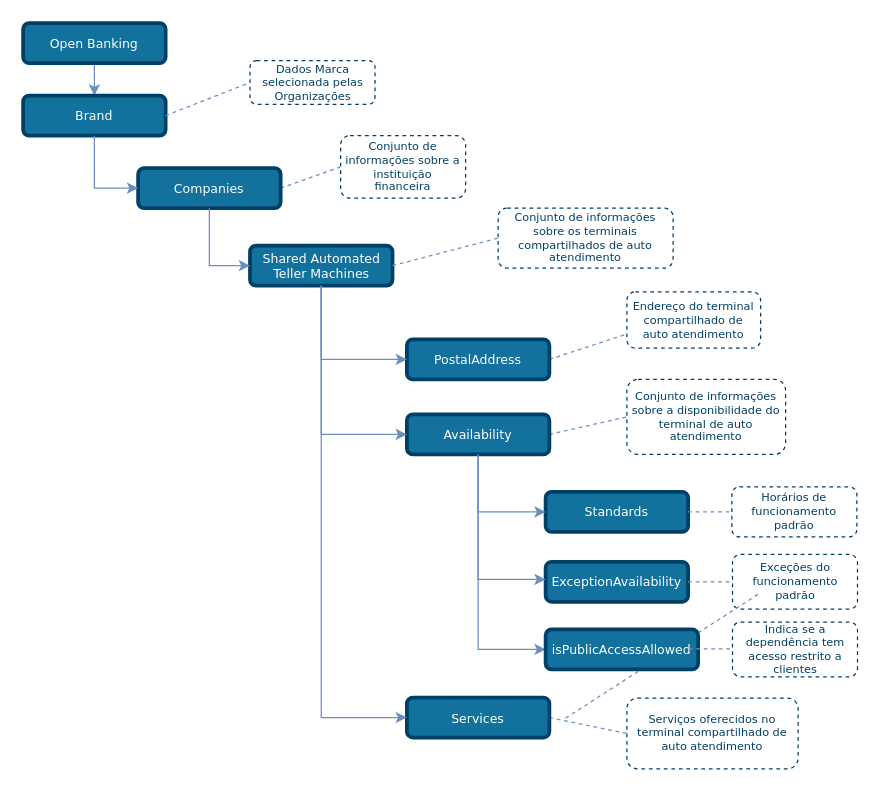
This is draw_io_diagrams/TLD_Shared_Automated_Teller_Machines_v1.drawio from OpenBanking-Brasil/areadesenvolvedor, a draw.io file, before an edit. Source tidied: cells renumbered, new cells numbered last; positions are measured from the earlier drawing's top-left corner, leaving out a move shared by most shapes. Both pictures are drawn from the tidied source at 125%, with x=0, y=0 at pixel (22, 22).
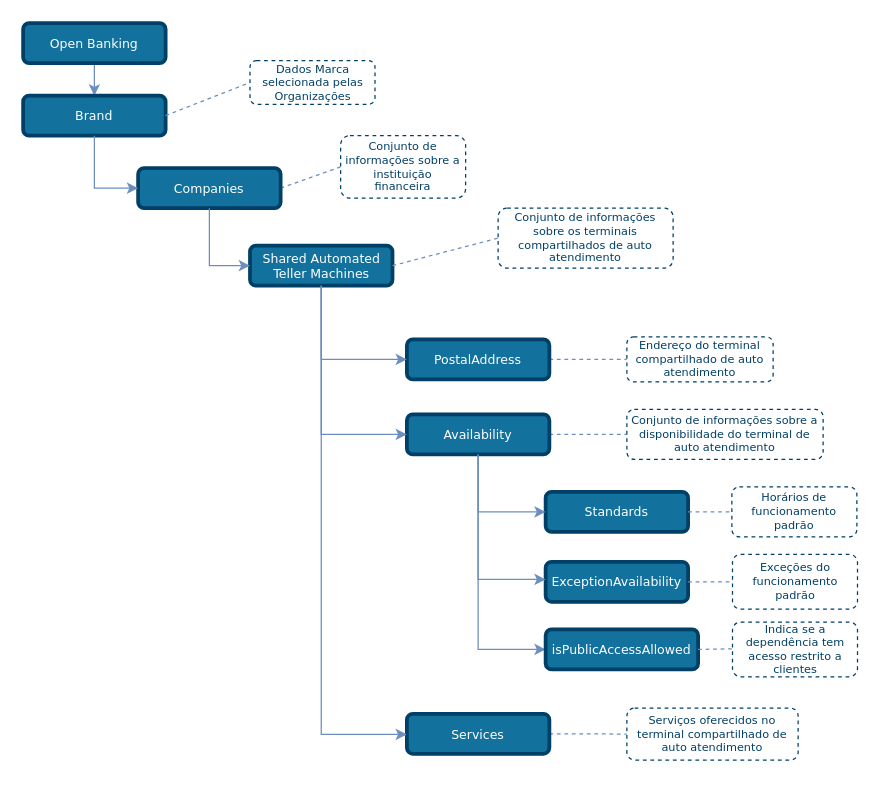
The same page after the edit.

Commit message (it also covers changes not shown here):
alteracao imagens atm

The change refers to these unchanged cells:
```xml
<mxCell id="8" value="Shared Automated Teller Machines" style="rounded=1;whiteSpace=wrap;html=1;comic=0;shadow=0;backgroundOutline=0;snapToPoint=0;fixDash=0;strokeWidth=3;fontFamily=Verdana;fontStyle=0;labelBackgroundColor=none;labelBorderColor=none;fontSize=10;fillColor=#13719E;strokeColor=#003F66;fontColor=#ffffff;" parent="1" vertex="1">
  <mxGeometry x="181.5" y="178" width="114" height="32" as="geometry" />
</mxCell>
<mxCell id="14" value="PostalAddress" style="rounded=1;comic=0;shadow=0;backgroundOutline=0;snapToPoint=0;fixDash=0;strokeWidth=3;fontFamily=Verdana;fontStyle=0;labelBorderColor=none;labelBackgroundColor=none;whiteSpace=wrap;html=1;fontSize=10;fillColor=#13719E;strokeColor=#003F66;fontColor=#ffffff;" parent="1" vertex="1">
  <mxGeometry x="307" y="253" width="114" height="32" as="geometry" />
</mxCell>
```

Change to the diagram source:
```diff
@@
     <mxCell id="6" value="Services" style="rounded=1;whiteSpace=wrap;html=1;comic=0;shadow=0;backgroundOutline=0;snapToPoint=0;fixDash=0;strokeWidth=3;fontFamily=Verdana;fontStyle=0;labelBackgroundColor=none;labelBorderColor=none;fontSize=10;fillColor=#13719E;strokeColor=#003F66;fontColor=#ffffff;" parent="1" vertex="1">
-      <mxGeometry x="307" y="539.5" width="114" height="32" as="geometry" />
+      <mxGeometry x="307" y="552.5" width="114" height="32" as="geometry" />
     </mxCell>
@@
-    <mxCell id="13" style="rounded=1;jettySize=auto;html=1;exitX=1;exitY=0.5;exitDx=0;exitDy=0;entryX=0;entryY=0.75;entryDx=0;entryDy=0;endArrow=none;endFill=0;endSize=6;strokeColor=#6C8EBF;dashed=1;" parent="1" edge="1" source="14" target="15">
+    <mxCell id="13" style="rounded=1;jettySize=auto;html=1;exitX=1;exitY=0.5;exitDx=0;exitDy=0;entryX=0;entryY=0.5;entryDx=0;entryDy=0;endArrow=none;endFill=0;endSize=6;strokeColor=#6C8EBF;dashed=1;" parent="1" edge="1" source="14" target="15">
       <mxGeometry relative="1" as="geometry" />
     </mxCell>
@@
     <mxCell id="15" value="&lt;font style=&quot;font-size: 9px&quot;&gt;Endereço&lt;/font&gt;&amp;nbsp;do terminal compartilhado de auto atendimento" style="rounded=1;whiteSpace=wrap;html=1;shadow=0;comic=0;strokeColor=#003F66;strokeWidth=1;fillColor=#ffffff;gradientColor=#ffffff;fontFamily=Verdana;fontSize=9;fontColor=#003F66;dashed=1;spacingLeft=5;spacing=0;spacingRight=5;spacingBottom=5;spacingTop=5;align=center;verticalAlign=middle;" parent="1" vertex="1">
-      <mxGeometry x="483" y="215" width="107" height="45" as="geometry" />
+      <mxGeometry x="483" y="251" width="117" height="36" as="geometry" />
     </mxCell>
     <mxCell id="16" value="&lt;font style=&quot;font-size: 9px&quot;&gt;Conjunto de informações sobre a disponibilidade do terminal de auto atendimento&lt;br&gt;&lt;/font&gt;" style="rounded=1;whiteSpace=wrap;html=1;shadow=0;comic=0;strokeColor=#003F66;strokeWidth=1;fillColor=#ffffff;gradientColor=#ffffff;fontFamily=Verdana;fontSize=9;fontColor=#003F66;dashed=1;spacingLeft=5;spacing=0;spacingRight=5;spacingBottom=5;spacingTop=5;align=center;verticalAlign=middle;" parent="1" vertex="1">
-      <mxGeometry x="483" y="285" width="127" height="60" as="geometry" />
+      <mxGeometry x="483" y="309" width="157" height="40" as="geometry" />
     </mxCell>
     <mxCell id="17" value="&lt;font style=&quot;font-size: 9px&quot;&gt;Serviços oferecidos no terminal compartilhado de auto atendimento&lt;br&gt;&lt;/font&gt;" style="rounded=1;whiteSpace=wrap;html=1;shadow=0;comic=0;strokeColor=#003F66;strokeWidth=1;fillColor=#ffffff;gradientColor=#ffffff;fontFamily=Verdana;fontSize=9;fontColor=#003F66;dashed=1;spacingLeft=5;spacing=0;spacingRight=5;spacingBottom=5;spacingTop=5;align=center;verticalAlign=middle;" parent="1" vertex="1">
-      <mxGeometry x="483" y="540" width="137" height="56.5" as="geometry" />
+      <mxGeometry x="483" y="548" width="137" height="41.5" as="geometry" />
     </mxCell>
@@
-    <mxCell id="24" style="edgeStyle=none;rounded=1;orthogonalLoop=1;jettySize=auto;html=1;exitX=1;exitY=0.5;exitDx=0;exitDy=0;entryX=0;entryY=0.5;entryDx=0;entryDy=0;dashed=1;endArrow=none;endFill=0;endSize=6;strokeColor=#6C8EBF;" parent="1" edge="1">
-      <mxGeometry relative="1" as="geometry">
-        <mxPoint x="434" y="556" as="sourcePoint" />
-        <mxPoint x="588.5" y="456.6" as="targetPoint" />
-      </mxGeometry>
-    </mxCell>
@@
-    <mxCell id="34" style="edgeStyle=orthogonalEdgeStyle;rounded=0;jettySize=auto;html=1;exitX=0.5;exitY=1;exitDx=0;exitDy=0;entryX=0;entryY=0.5;entryDx=0;entryDy=0;strokeColor=#6C8EBF;endArrow=classic;endFill=1;" parent="1" edge="1" source="8" target="6">
+    <mxCell id="34" style="edgeStyle=orthogonalEdgeStyle;rounded=0;jettySize=auto;html=1;exitX=0.5;exitY=1;exitDx=0;exitDy=0;strokeColor=#6C8EBF;endArrow=classic;endFill=1;" parent="1" edge="1" source="8">
       <mxGeometry relative="1" as="geometry">
+        <mxPoint x="307" y="569" as="targetPoint" />
         <Array as="points">
-          <mxPoint x="239" y="555" />
+          <mxPoint x="239" y="569" />
         </Array>
       </mxGeometry>
     </mxCell>
@@
-    <mxCell id="39" style="edgeStyle=none;rounded=1;orthogonalLoop=1;jettySize=auto;html=1;exitX=1;exitY=0.5;exitDx=0;exitDy=0;entryX=0;entryY=0.5;entryDx=0;entryDy=0;dashed=1;endArrow=none;endFill=0;endSize=6;strokeColor=#6C8EBF;" parent="1" edge="1">
+    <mxCell id="39" style="edgeStyle=none;rounded=1;orthogonalLoop=1;jettySize=auto;html=1;entryX=0;entryY=0.5;entryDx=0;entryDy=0;dashed=1;endArrow=none;endFill=0;endSize=6;strokeColor=#6C8EBF;" parent="1" edge="1">
       <mxGeometry relative="1" as="geometry">
-        <mxPoint x="532.5" y="500.6" as="sourcePoint" />
+        <mxPoint x="540" y="501" as="sourcePoint" />
         <mxPoint x="567.5" y="500.6" as="targetPoint" />
       </mxGeometry>
     </mxCell>
```
